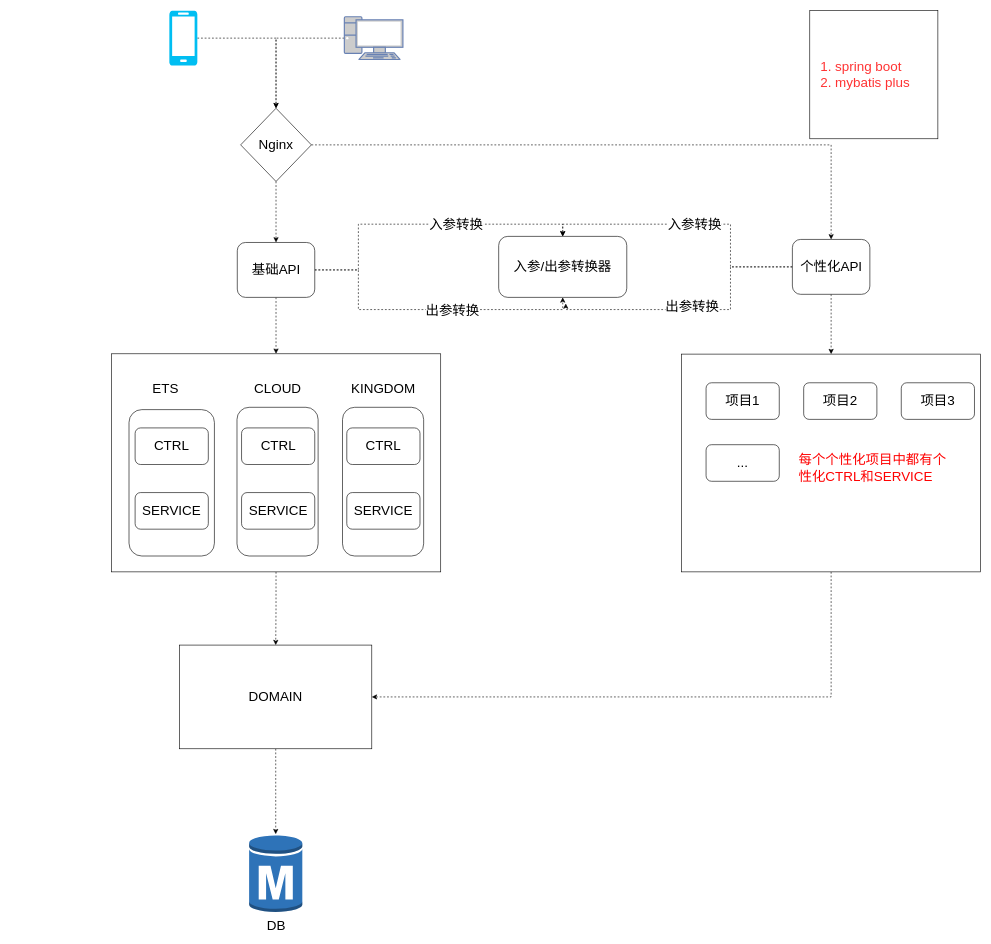
Before: 基金流程图.drawio in ammengke/my-drawio, a draw.io diagram. Source tidied: cells renumbered, new cells numbered last; positions are measured from the earlier drawing's top-left corner, leaving out a move shared by most shapes. Both pictures are drawn from the tidied source at 61%, with x=0, y=0 at pixel (111, 10).
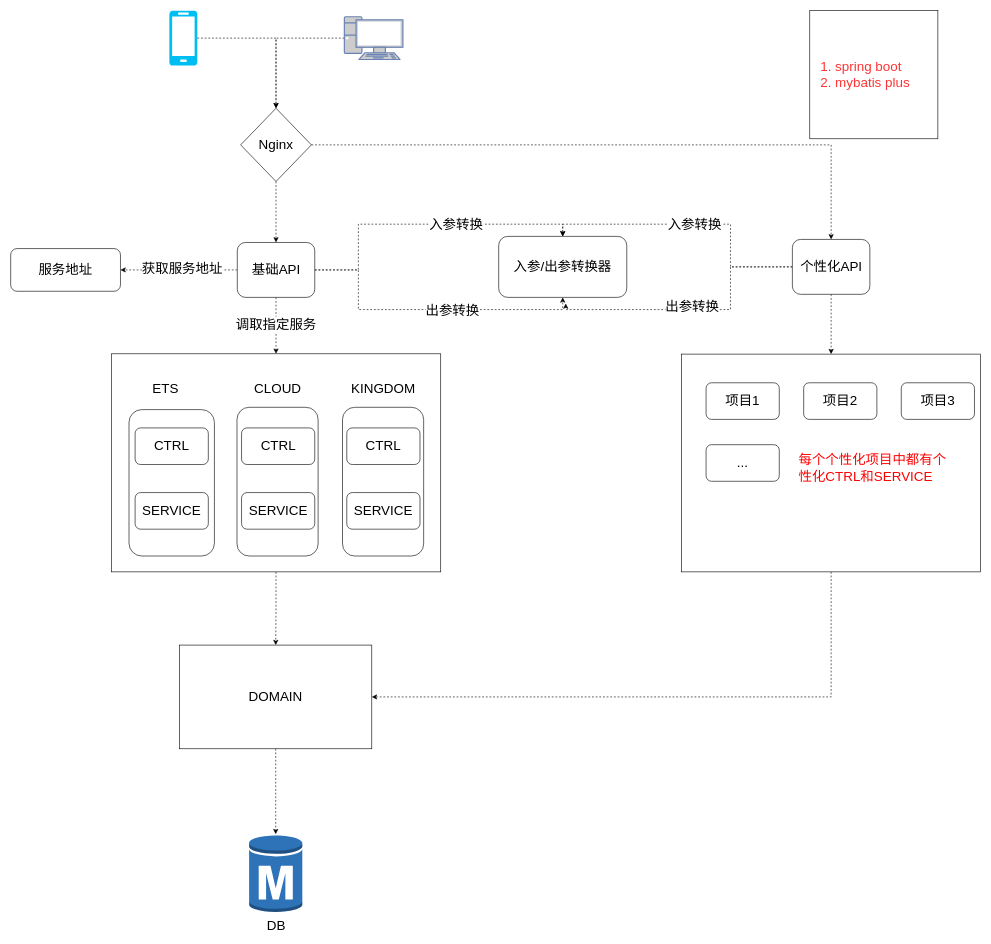
Above is the later version.

Commit message (it also covers changes not shown here):
Update 基金流程图.drawio

Unchanged cells that the change refers to:
```xml
<mxCell id="20" style="edgeStyle=orthogonalEdgeStyle;rounded=0;jettySize=auto;html=1;entryX=0.5;entryY=0;entryDx=0;entryDy=0;dashed=1;fontSize=22;fontColor=#000000;" parent="1" edge="1" source="21" target="7">
  <mxGeometry relative="1" as="geometry" />
</mxCell>
<mxCell id="21" value="基础API" style="rounded=1;whiteSpace=wrap;html=1;fontSize=22;fontColor=#000000;align=center;" parent="1" vertex="1">
  <mxGeometry x="206.5" y="380" width="127" height="90" as="geometry" />
</mxCell>
```

Diff of the diagram source:
```diff
@@
+    <mxCell id="47" value="调取指定服务" style="text;html=1;align=center;verticalAlign=middle;labelBackgroundColor=#ffffff;fontSize=22;fontColor=#000000;" parent="20" vertex="1">
+      <mxGeometry x="-0.05" y="-1" relative="1" as="geometry" />
+    </mxCell>
+    <mxCell id="48" style="edgeStyle=orthogonalEdgeStyle;rounded=0;jettySize=auto;html=1;entryX=1;entryY=0.5;entryDx=0;entryDy=0;dashed=1;fontSize=22;fontColor=#000000;" parent="1" edge="1" source="21" target="50">
+      <mxGeometry relative="1" as="geometry" />
+    </mxCell>
+    <mxCell id="49" value="获取服务地址" style="text;html=1;align=center;verticalAlign=middle;labelBackgroundColor=#ffffff;fontSize=22;fontColor=#000000;" parent="48" vertex="1">
+      <mxGeometry x="-0.05" y="-3" relative="1" as="geometry" />
+    </mxCell>
@@
+    <mxCell id="50" value="服务地址" style="rounded=1;whiteSpace=wrap;html=1;fontSize=22;fontColor=#000000;align=center;" parent="1" vertex="1">
+      <mxGeometry x="-165" y="390" width="180" height="70" as="geometry" />
+    </mxCell>
```
